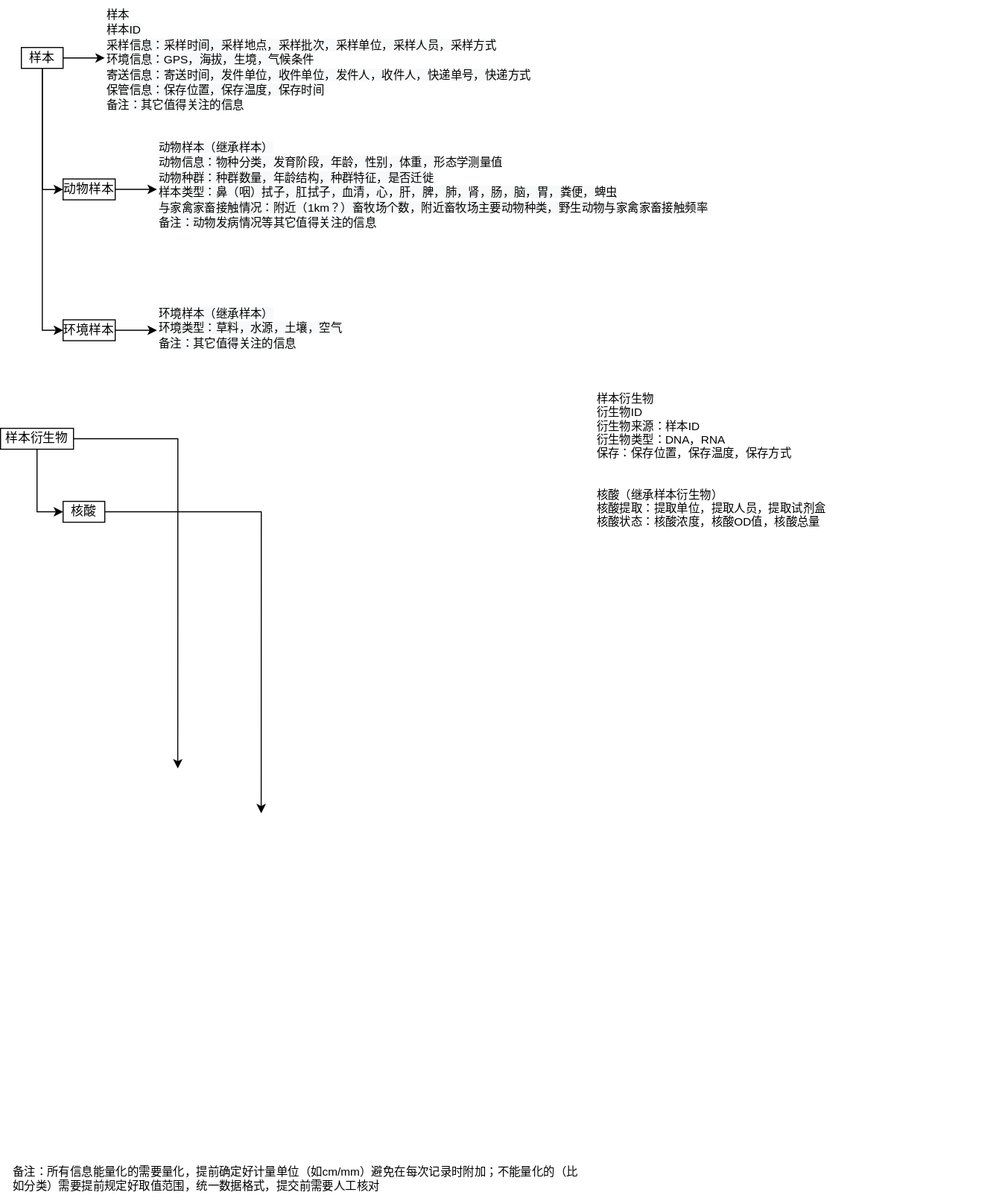
The draw.io diagram Copy of 病原大数据共享平台ER图.drawio.svg in dailypartita/diagram-kaiti, before a commit. Source tidied: cells renumbered, new cells last; positions are measured from the earlier drawing's top-left corner, leaving out a move shared by most shapes.
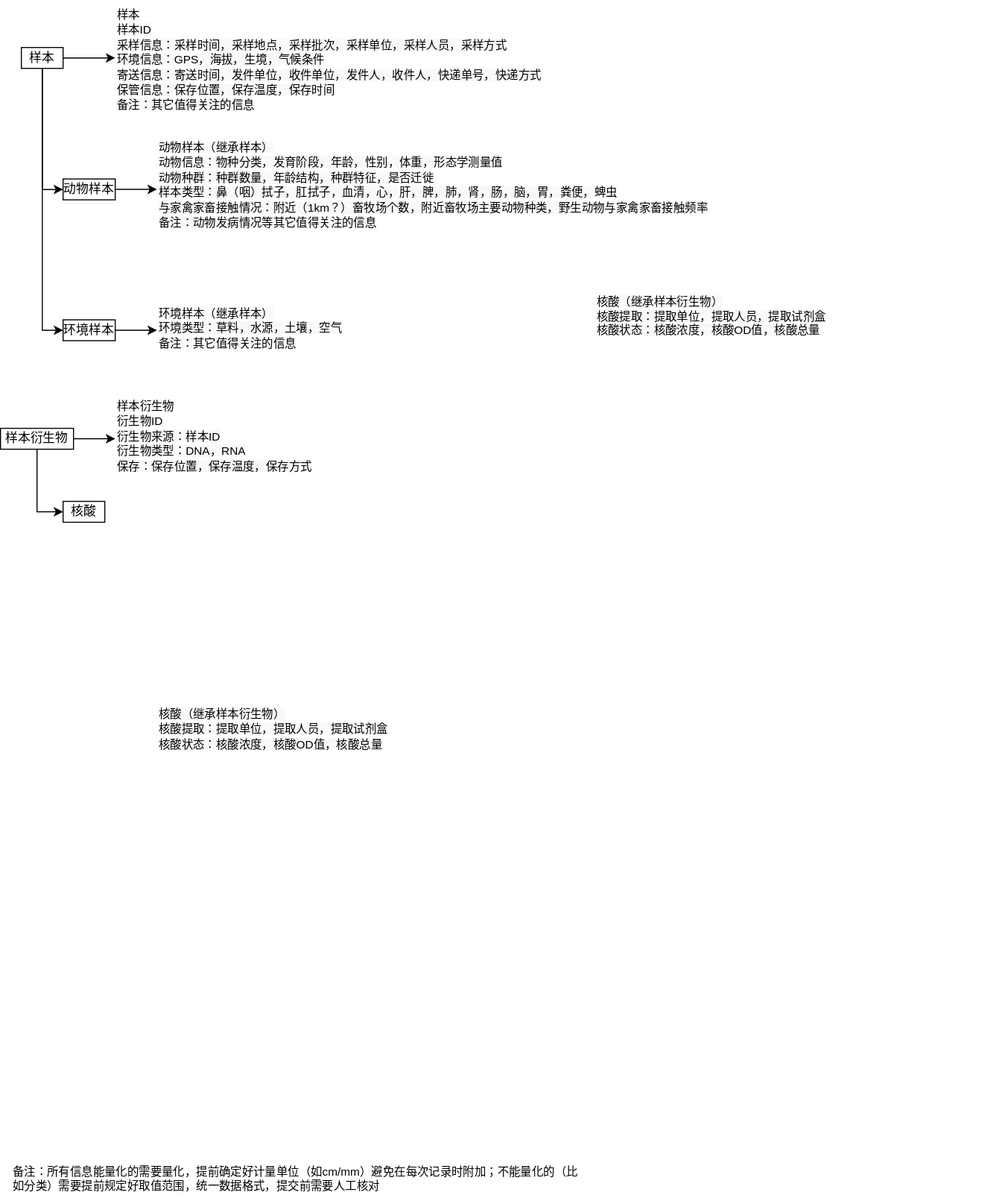
After the change.

Commit message:
Update Copy of 病原大数据共享平台ER图.drawio.svg

Change to the diagram source:
```diff
@@ -43,30 +43,23 @@
         </Array>
       </mxGeometry>
     </mxCell>
-    <mxCell id="11" style="edgeStyle=orthogonalEdgeStyle;rounded=0;jettySize=auto;html=1;entryX=0.5;entryY=0;entryDx=0;entryDy=0;" parent="1" edge="1" source="12">
-      <mxGeometry relative="1" as="geometry">
-        <mxPoint x="170" y="736" as="targetPoint" />
-      </mxGeometry>
-    </mxCell>
+    <mxCell id="20" style="edgeStyle=orthogonalEdgeStyle;rounded=0;jettySize=auto;html=1;entryX=0;entryY=0.5;entryDx=0;entryDy=0;" parent="1" edge="1" source="12" target="21">
+      <mxGeometry relative="1" as="geometry" />
+    </mxCell>
     <mxCell id="12" value="样本衍生物" style="rounded=0;whiteSpace=wrap;html=1;" parent="1" vertex="1">
       <mxGeometry y="410" width="70" height="20" as="geometry" />
     </mxCell>
-    <mxCell id="13" style="edgeStyle=orthogonalEdgeStyle;rounded=0;jettySize=auto;html=1;" parent="1" edge="1" source="14">
-      <mxGeometry relative="1" as="geometry">
-        <mxPoint x="250" y="779" as="targetPoint" />
-      </mxGeometry>
-    </mxCell>
     <mxCell id="14" value="核酸" style="rounded=0;whiteSpace=wrap;html=1;" parent="1" vertex="1">
       <mxGeometry x="60" y="480" width="40" height="20" as="geometry" />
     </mxCell>
     <mxCell id="15" value="备注：所有信息能量化的需要量化，提前确定好计量单位（如cm/mm）避免在每次记录时附加；不能量化的（比如分类）需要提前规定好取值范围，统一数据格式，提交前需要人工核对" style="text;whiteSpace=wrap;html=1;fontSize=11;" parent="1" vertex="1">
       <mxGeometry x="10" y="1110" width="550" height="40" as="geometry" />
     </mxCell>
-    <mxCell id="16" value="&lt;br&gt;&lt;br&gt;&lt;br&gt;&lt;br&gt;&lt;br&gt;&lt;br&gt;&lt;br&gt;&lt;br&gt;&lt;br&gt;样本衍生物&lt;br&gt; 衍生物ID&lt;br&gt; 衍生物来源：样本ID&lt;br&gt; 衍生物类型：DNA，RNA&lt;br&gt; 保存：保存位置，保存温度，保存方式&lt;br&gt;&lt;br&gt;&lt;br&gt;核酸（继承样本衍生物）&lt;br&gt; 核酸提取：提取单位，提取人员，提取试剂盒&lt;br&gt; 核酸状态：核酸浓度，核酸OD值，核酸总量" style="text;whiteSpace=wrap;html=1;fontSize=11;" parent="1" vertex="1">
+    <mxCell id="16" value="&#10;&#10;&lt;span style=&quot;color: rgb(0, 0, 0); font-family: helvetica; font-size: 11px; font-style: normal; font-weight: 400; letter-spacing: normal; text-align: left; text-indent: 0px; text-transform: none; word-spacing: 0px; background-color: rgb(248, 249, 250); display: inline; float: none;&quot;&gt;核酸（继承样本衍生物）&lt;/span&gt;&lt;br style=&quot;color: rgb(0, 0, 0); font-family: helvetica; font-size: 11px; font-style: normal; font-weight: 400; letter-spacing: normal; text-align: left; text-indent: 0px; text-transform: none; word-spacing: 0px; background-color: rgb(248, 249, 250);&quot;&gt;&lt;span style=&quot;color: rgb(0, 0, 0); font-family: helvetica; font-size: 11px; font-style: normal; font-weight: 400; letter-spacing: normal; text-align: left; text-indent: 0px; text-transform: none; word-spacing: 0px; background-color: rgb(248, 249, 250); display: inline; float: none;&quot;&gt;核酸提取：提取单位，提取人员，提取试剂盒&lt;/span&gt;&lt;br style=&quot;color: rgb(0, 0, 0); font-family: helvetica; font-size: 11px; font-style: normal; font-weight: 400; letter-spacing: normal; text-align: left; text-indent: 0px; text-transform: none; word-spacing: 0px; background-color: rgb(248, 249, 250);&quot;&gt;&lt;span style=&quot;color: rgb(0, 0, 0); font-family: helvetica; font-size: 11px; font-style: normal; font-weight: 400; letter-spacing: normal; text-align: left; text-indent: 0px; text-transform: none; word-spacing: 0px; background-color: rgb(248, 249, 250); display: inline; float: none;&quot;&gt;核酸状态：核酸浓度，核酸OD值，核酸总量&lt;/span&gt;&#10;&#10;" style="text;whiteSpace=wrap;html=1;fontSize=11;" parent="1" vertex="1">
       <mxGeometry x="570" y="250" width="390" height="540" as="geometry" />
     </mxCell>
     <mxCell id="17" value="&lt;span style=&quot;color: rgb(0, 0, 0); font-family: helvetica; font-size: 11px; font-style: normal; font-weight: 400; letter-spacing: normal; text-align: left; text-indent: 0px; text-transform: none; word-spacing: 0px; background-color: rgb(248, 249, 250); display: inline; float: none;&quot;&gt;样本&lt;/span&gt;&lt;br style=&quot;color: rgb(0, 0, 0); font-family: helvetica; font-size: 11px; font-style: normal; font-weight: 400; letter-spacing: normal; text-align: left; text-indent: 0px; text-transform: none; word-spacing: 0px; background-color: rgb(248, 249, 250);&quot;&gt;&lt;span style=&quot;color: rgb(0, 0, 0); font-family: helvetica; font-size: 11px; font-style: normal; font-weight: 400; letter-spacing: normal; text-align: left; text-indent: 0px; text-transform: none; word-spacing: 0px; background-color: rgb(248, 249, 250); display: inline; float: none;&quot;&gt;样本ID&lt;/span&gt;&lt;br style=&quot;color: rgb(0, 0, 0); font-family: helvetica; font-size: 11px; font-style: normal; font-weight: 400; letter-spacing: normal; text-align: left; text-indent: 0px; text-transform: none; word-spacing: 0px; background-color: rgb(248, 249, 250);&quot;&gt;&lt;span style=&quot;color: rgb(0, 0, 0); font-family: helvetica; font-size: 11px; font-style: normal; font-weight: 400; letter-spacing: normal; text-align: left; text-indent: 0px; text-transform: none; word-spacing: 0px; background-color: rgb(248, 249, 250); display: inline; float: none;&quot;&gt;采样信息：采样时间，采样地点，采样批次，采样单位，采样人员，采样方式&lt;/span&gt;&lt;br style=&quot;color: rgb(0, 0, 0); font-family: helvetica; font-size: 11px; font-style: normal; font-weight: 400; letter-spacing: normal; text-align: left; text-indent: 0px; text-transform: none; word-spacing: 0px; background-color: rgb(248, 249, 250);&quot;&gt;&lt;span style=&quot;color: rgb(0, 0, 0); font-family: helvetica; font-size: 11px; font-style: normal; font-weight: 400; letter-spacing: normal; text-align: left; text-indent: 0px; text-transform: none; word-spacing: 0px; background-color: rgb(248, 249, 250); display: inline; float: none;&quot;&gt;环境信息：GPS，海拔，生境，气候条件&lt;/span&gt;&lt;br style=&quot;color: rgb(0, 0, 0); font-family: helvetica; font-size: 11px; font-style: normal; font-weight: 400; letter-spacing: normal; text-align: left; text-indent: 0px; text-transform: none; word-spacing: 0px; background-color: rgb(248, 249, 250);&quot;&gt;&lt;span style=&quot;color: rgb(0, 0, 0); font-family: helvetica; font-size: 11px; font-style: normal; font-weight: 400; letter-spacing: normal; text-align: left; text-indent: 0px; text-transform: none; word-spacing: 0px; background-color: rgb(248, 249, 250); display: inline; float: none;&quot;&gt;寄送信息：寄送时间，发件单位，收件单位，发件人，收件人，快递单号，快递方式&lt;/span&gt;&lt;br style=&quot;color: rgb(0, 0, 0); font-family: helvetica; font-size: 11px; font-style: normal; font-weight: 400; letter-spacing: normal; text-align: left; text-indent: 0px; text-transform: none; word-spacing: 0px; background-color: rgb(248, 249, 250);&quot;&gt;&lt;span style=&quot;color: rgb(0, 0, 0); font-family: helvetica; font-size: 11px; font-style: normal; font-weight: 400; letter-spacing: normal; text-align: left; text-indent: 0px; text-transform: none; word-spacing: 0px; background-color: rgb(248, 249, 250); display: inline; float: none;&quot;&gt;保管信息：保存位置，保存温度，保存时间&lt;/span&gt;&lt;br style=&quot;color: rgb(0, 0, 0); font-family: helvetica; font-size: 11px; font-style: normal; font-weight: 400; letter-spacing: normal; text-align: left; text-indent: 0px; text-transform: none; word-spacing: 0px; background-color: rgb(248, 249, 250);&quot;&gt;&lt;span style=&quot;color: rgb(0, 0, 0); font-family: helvetica; font-size: 11px; font-style: normal; font-weight: 400; letter-spacing: normal; text-align: left; text-indent: 0px; text-transform: none; word-spacing: 0px; background-color: rgb(248, 249, 250); display: inline; float: none;&quot;&gt;备注：其它值得关注的信息&lt;/span&gt;" style="text;whiteSpace=wrap;html=1;" parent="1" vertex="1">
-      <mxGeometry x="100" width="470" height="110" as="geometry" />
+      <mxGeometry x="110" width="470" height="110" as="geometry" />
     </mxCell>
     <mxCell id="18" value="&lt;span style=&quot;color: rgb(0, 0, 0); font-family: helvetica; font-size: 11px; font-style: normal; font-weight: 400; letter-spacing: normal; text-align: left; text-indent: 0px; text-transform: none; word-spacing: 0px; background-color: rgb(248, 249, 250); display: inline; float: none;&quot;&gt;动物样本（继承样本）&lt;/span&gt;&lt;br style=&quot;color: rgb(0, 0, 0); font-family: helvetica; font-size: 11px; font-style: normal; font-weight: 400; letter-spacing: normal; text-align: left; text-indent: 0px; text-transform: none; word-spacing: 0px; background-color: rgb(248, 249, 250);&quot;&gt;&lt;span style=&quot;color: rgb(0, 0, 0); font-family: helvetica; font-size: 11px; font-style: normal; font-weight: 400; letter-spacing: normal; text-align: left; text-indent: 0px; text-transform: none; word-spacing: 0px; background-color: rgb(248, 249, 250); display: inline; float: none;&quot;&gt;动物信息：物种分类，发育阶段，年龄，性别，体重，形态学测量值&lt;/span&gt;&lt;br style=&quot;color: rgb(0, 0, 0); font-family: helvetica; font-size: 11px; font-style: normal; font-weight: 400; letter-spacing: normal; text-align: left; text-indent: 0px; text-transform: none; word-spacing: 0px; background-color: rgb(248, 249, 250);&quot;&gt;&lt;span style=&quot;color: rgb(0, 0, 0); font-family: helvetica; font-size: 11px; font-style: normal; font-weight: 400; letter-spacing: normal; text-align: left; text-indent: 0px; text-transform: none; word-spacing: 0px; background-color: rgb(248, 249, 250); display: inline; float: none;&quot;&gt;动物种群：种群数量，年龄结构，种群特征，是否迁徙&lt;/span&gt;&lt;br style=&quot;color: rgb(0, 0, 0); font-family: helvetica; font-size: 11px; font-style: normal; font-weight: 400; letter-spacing: normal; text-align: left; text-indent: 0px; text-transform: none; word-spacing: 0px; background-color: rgb(248, 249, 250);&quot;&gt;&lt;span style=&quot;color: rgb(0, 0, 0); font-family: helvetica; font-size: 11px; font-style: normal; font-weight: 400; letter-spacing: normal; text-align: left; text-indent: 0px; text-transform: none; word-spacing: 0px; background-color: rgb(248, 249, 250); display: inline; float: none;&quot;&gt;样本类型：鼻（咽）拭子，肛拭子，血清，心，肝，脾，肺，肾，肠，脑，胃，粪便，蜱虫&lt;/span&gt;&lt;br style=&quot;color: rgb(0, 0, 0); font-family: helvetica; font-size: 11px; font-style: normal; font-weight: 400; letter-spacing: normal; text-align: left; text-indent: 0px; text-transform: none; word-spacing: 0px; background-color: rgb(248, 249, 250);&quot;&gt;&lt;span style=&quot;color: rgb(0, 0, 0); font-family: helvetica; font-size: 11px; font-style: normal; font-weight: 400; letter-spacing: normal; text-align: left; text-indent: 0px; text-transform: none; word-spacing: 0px; background-color: rgb(248, 249, 250); display: inline; float: none;&quot;&gt;与家禽家畜接触情况：附近（1km？）畜牧场个数，附近畜牧场主要动物种类，野生动物与家禽家畜接触频率&lt;/span&gt;&lt;br style=&quot;color: rgb(0, 0, 0); font-family: helvetica; font-size: 11px; font-style: normal; font-weight: 400; letter-spacing: normal; text-align: left; text-indent: 0px; text-transform: none; word-spacing: 0px; background-color: rgb(248, 249, 250);&quot;&gt;&lt;span style=&quot;color: rgb(0, 0, 0); font-family: helvetica; font-size: 11px; font-style: normal; font-weight: 400; letter-spacing: normal; text-align: left; text-indent: 0px; text-transform: none; word-spacing: 0px; background-color: rgb(248, 249, 250); display: inline; float: none;&quot;&gt;备注：动物发病情况等其它值得关注的信息&lt;/span&gt;" style="text;whiteSpace=wrap;html=1;" parent="1" vertex="1">
       <mxGeometry x="150" y="127" width="550" height="110" as="geometry" />
@@ -74,5 +67,11 @@
     <mxCell id="19" value="&lt;span style=&quot;color: rgb(0, 0, 0); font-family: helvetica; font-size: 11px; font-style: normal; font-weight: 400; letter-spacing: normal; text-align: left; text-indent: 0px; text-transform: none; word-spacing: 0px; background-color: rgb(248, 249, 250); display: inline; float: none;&quot;&gt;环境样本（继承样本）&lt;/span&gt;&lt;br style=&quot;color: rgb(0, 0, 0); font-family: helvetica; font-size: 11px; font-style: normal; font-weight: 400; letter-spacing: normal; text-align: left; text-indent: 0px; text-transform: none; word-spacing: 0px; background-color: rgb(248, 249, 250);&quot;&gt;&lt;span style=&quot;color: rgb(0, 0, 0); font-family: helvetica; font-size: 11px; font-style: normal; font-weight: 400; letter-spacing: normal; text-align: left; text-indent: 0px; text-transform: none; word-spacing: 0px; background-color: rgb(248, 249, 250); display: inline; float: none;&quot;&gt;环境类型：草料，水源，土壤，空气&lt;/span&gt;&lt;br style=&quot;color: rgb(0, 0, 0); font-family: helvetica; font-size: 11px; font-style: normal; font-weight: 400; letter-spacing: normal; text-align: left; text-indent: 0px; text-transform: none; word-spacing: 0px; background-color: rgb(248, 249, 250);&quot;&gt;&lt;span style=&quot;color: rgb(0, 0, 0); font-family: helvetica; font-size: 11px; font-style: normal; font-weight: 400; letter-spacing: normal; text-align: left; text-indent: 0px; text-transform: none; word-spacing: 0px; background-color: rgb(248, 249, 250); display: inline; float: none;&quot;&gt;备注：其它值得关注的信息&lt;/span&gt;" style="text;whiteSpace=wrap;html=1;" parent="1" vertex="1">
       <mxGeometry x="150" y="286" width="220" height="60" as="geometry" />
     </mxCell>
+    <mxCell id="21" value="&lt;span style=&quot;color: rgb(0, 0, 0); font-family: helvetica; font-size: 11px; font-style: normal; font-weight: 400; letter-spacing: normal; text-align: left; text-indent: 0px; text-transform: none; word-spacing: 0px; background-color: rgb(248, 249, 250); display: inline; float: none;&quot;&gt;样本衍生物&lt;/span&gt;&lt;br style=&quot;color: rgb(0, 0, 0); font-family: helvetica; font-size: 11px; font-style: normal; font-weight: 400; letter-spacing: normal; text-align: left; text-indent: 0px; text-transform: none; word-spacing: 0px; background-color: rgb(248, 249, 250);&quot;&gt;&lt;span style=&quot;color: rgb(0, 0, 0); font-family: helvetica; font-size: 11px; font-style: normal; font-weight: 400; letter-spacing: normal; text-align: left; text-indent: 0px; text-transform: none; word-spacing: 0px; background-color: rgb(248, 249, 250); display: inline; float: none;&quot;&gt;衍生物ID&lt;/span&gt;&lt;br style=&quot;color: rgb(0, 0, 0); font-family: helvetica; font-size: 11px; font-style: normal; font-weight: 400; letter-spacing: normal; text-align: left; text-indent: 0px; text-transform: none; word-spacing: 0px; background-color: rgb(248, 249, 250);&quot;&gt;&lt;span style=&quot;color: rgb(0, 0, 0); font-family: helvetica; font-size: 11px; font-style: normal; font-weight: 400; letter-spacing: normal; text-align: left; text-indent: 0px; text-transform: none; word-spacing: 0px; background-color: rgb(248, 249, 250); display: inline; float: none;&quot;&gt;衍生物来源：样本ID&lt;/span&gt;&lt;br style=&quot;color: rgb(0, 0, 0); font-family: helvetica; font-size: 11px; font-style: normal; font-weight: 400; letter-spacing: normal; text-align: left; text-indent: 0px; text-transform: none; word-spacing: 0px; background-color: rgb(248, 249, 250);&quot;&gt;&lt;span style=&quot;color: rgb(0, 0, 0); font-family: helvetica; font-size: 11px; font-style: normal; font-weight: 400; letter-spacing: normal; text-align: left; text-indent: 0px; text-transform: none; word-spacing: 0px; background-color: rgb(248, 249, 250); display: inline; float: none;&quot;&gt;衍生物类型：DNA，RNA&lt;/span&gt;&lt;br style=&quot;color: rgb(0, 0, 0); font-family: helvetica; font-size: 11px; font-style: normal; font-weight: 400; letter-spacing: normal; text-align: left; text-indent: 0px; text-transform: none; word-spacing: 0px; background-color: rgb(248, 249, 250);&quot;&gt;&lt;span style=&quot;color: rgb(0, 0, 0); font-family: helvetica; font-size: 11px; font-style: normal; font-weight: 400; letter-spacing: normal; text-align: left; text-indent: 0px; text-transform: none; word-spacing: 0px; background-color: rgb(248, 249, 250); display: inline; float: none;&quot;&gt;保存：保存位置，保存温度，保存方式&lt;/span&gt;" style="text;whiteSpace=wrap;html=1;" parent="1" vertex="1">
+      <mxGeometry x="110" y="375" width="230" height="90" as="geometry" />
+    </mxCell>
+    <mxCell id="22" value="&lt;span style=&quot;color: rgb(0, 0, 0); font-family: helvetica; font-size: 11px; font-style: normal; font-weight: 400; letter-spacing: normal; text-align: left; text-indent: 0px; text-transform: none; word-spacing: 0px; background-color: rgb(248, 249, 250); display: inline; float: none;&quot;&gt;核酸（继承样本衍生物）&lt;/span&gt;&lt;br style=&quot;color: rgb(0, 0, 0); font-family: helvetica; font-size: 11px; font-style: normal; font-weight: 400; letter-spacing: normal; text-align: left; text-indent: 0px; text-transform: none; word-spacing: 0px; background-color: rgb(248, 249, 250);&quot;&gt;&lt;span style=&quot;color: rgb(0, 0, 0); font-family: helvetica; font-size: 11px; font-style: normal; font-weight: 400; letter-spacing: normal; text-align: left; text-indent: 0px; text-transform: none; word-spacing: 0px; background-color: rgb(248, 249, 250); display: inline; float: none;&quot;&gt;核酸提取：提取单位，提取人员，提取试剂盒&lt;/span&gt;&lt;br style=&quot;color: rgb(0, 0, 0); font-family: helvetica; font-size: 11px; font-style: normal; font-weight: 400; letter-spacing: normal; text-align: left; text-indent: 0px; text-transform: none; word-spacing: 0px; background-color: rgb(248, 249, 250);&quot;&gt;&lt;span style=&quot;color: rgb(0, 0, 0); font-family: helvetica; font-size: 11px; font-style: normal; font-weight: 400; letter-spacing: normal; text-align: left; text-indent: 0px; text-transform: none; word-spacing: 0px; background-color: rgb(248, 249, 250); display: inline; float: none;&quot;&gt;核酸状态：核酸浓度，核酸OD值，核酸总量&lt;/span&gt;" style="text;whiteSpace=wrap;html=1;" parent="1" vertex="1">
+      <mxGeometry x="150" y="670" width="270" height="60" as="geometry" />
+    </mxCell>
   </root>
 </mxGraphModel>
```
